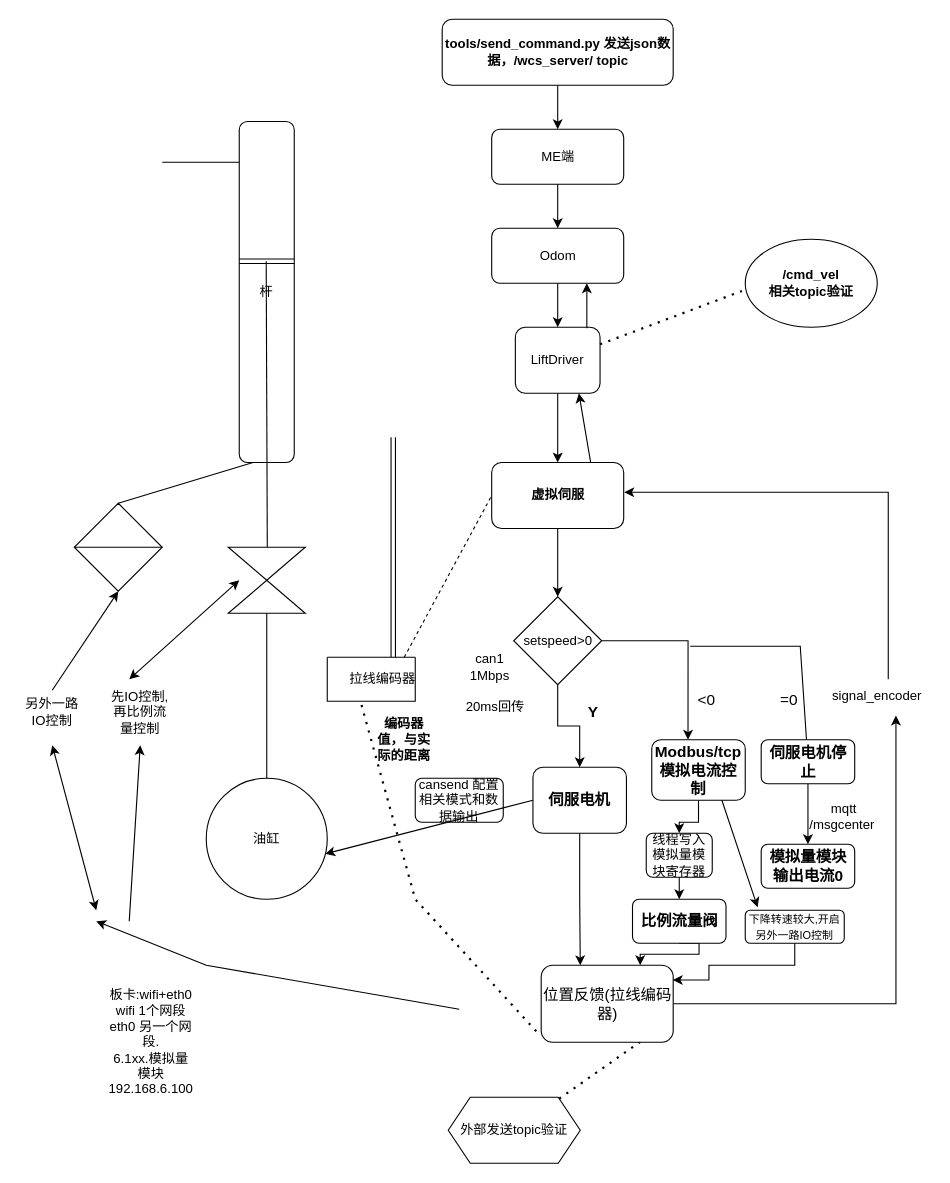
The draw.io diagram robot/tools/HydraulicControlOptModbus-speed.drawio in yyjqr/Eangel, before the edit. Source tidied: cells renumbered, new cells numbered last; positions are measured from the earlier drawing's top-left corner, leaving out a move shared by most shapes. Both pictures are drawn from the tidied source at 110%, with x=0, y=0 at pixel (19, 19).
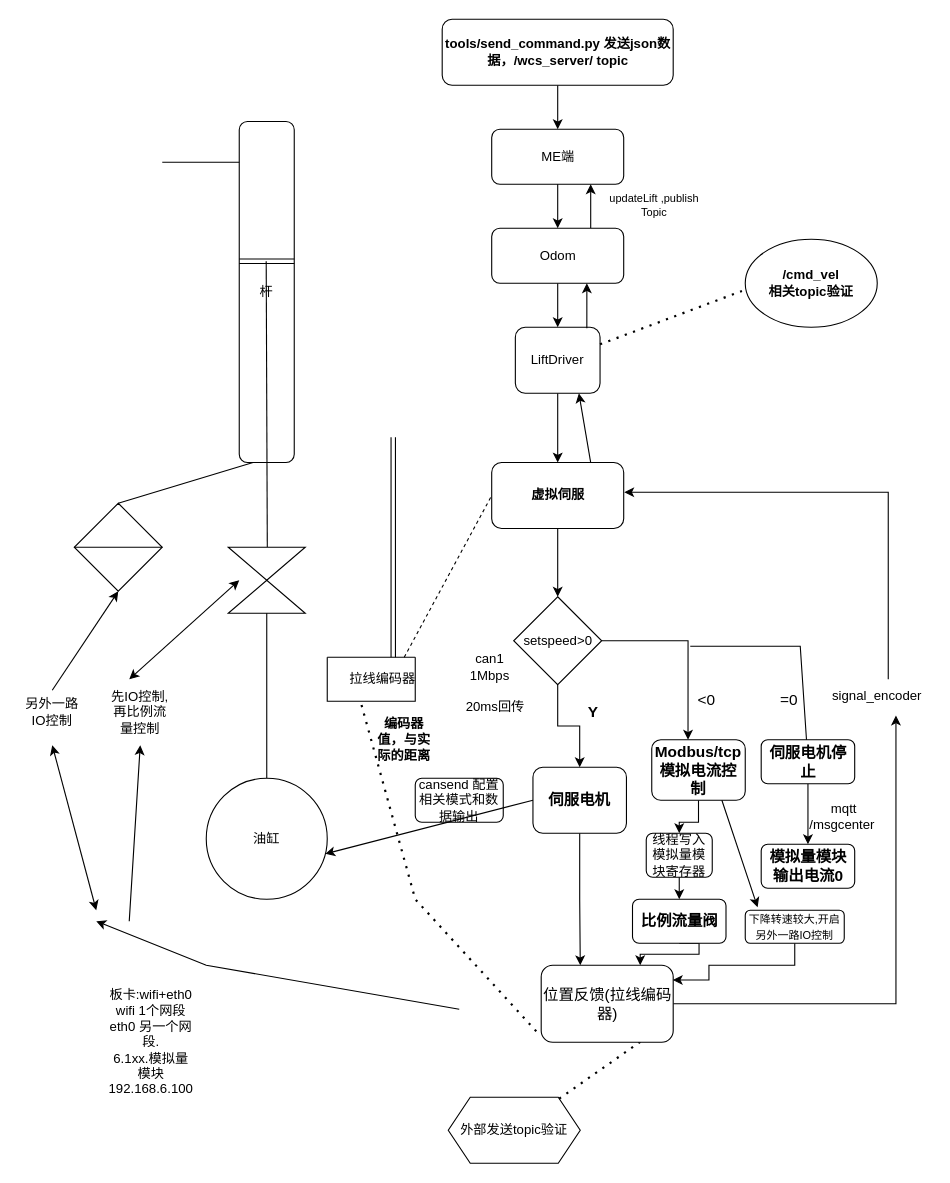
The same page after the edit.

The change refers to these unchanged cells:
```xml
<mxCell id="14" value="ME端" style="rounded=1;whiteSpace=wrap;html=1;" parent="1" vertex="1">
  <mxGeometry x="429.5" y="100" width="120" height="50" as="geometry" />
</mxCell>
<mxCell id="60" value="Odom" style="rounded=1;whiteSpace=wrap;html=1;" parent="1" vertex="1">
  <mxGeometry x="429.5" y="190" width="120" height="50" as="geometry" />
</mxCell>
```

Change to the diagram source:
```diff
@@
+    <mxCell id="72" style="edgeStyle=orthogonalEdgeStyle;rounded=0;jettySize=auto;html=1;exitX=0.75;exitY=0;exitDx=0;exitDy=0;entryX=0.75;entryY=1;entryDx=0;entryDy=0;fontSize=10;" parent="1" edge="1" source="60" target="14">
+      <mxGeometry relative="1" as="geometry" />
+    </mxCell>
@@
+    <mxCell id="73" value="updateLift ,publish Topic" style="text;html=1;strokeColor=none;fillColor=none;align=center;verticalAlign=middle;whiteSpace=wrap;rounded=0;fontSize=10;" parent="1" vertex="1">
+      <mxGeometry x="535" y="154" width="85" height="30" as="geometry" />
+    </mxCell>
```
